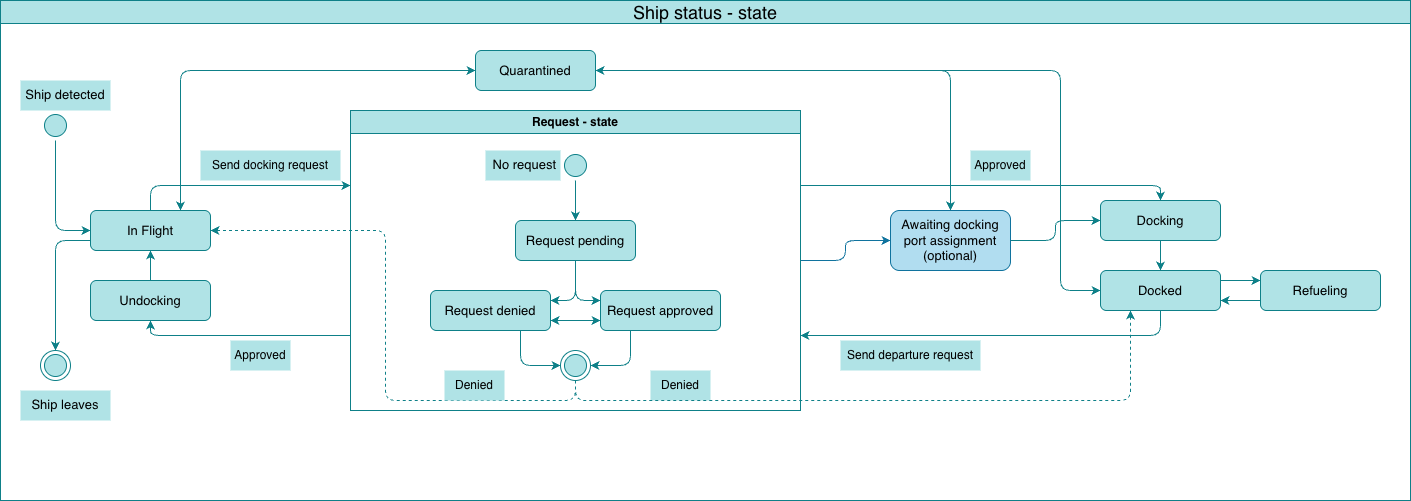
Earlier version of the draw.io export Spacedock_state.drawio.png (Casual159/SpaceDock-home-assignment). Source tidied: cells renumbered, new cells last; positions are measured from the earlier drawing's top-left corner, leaving out a move shared by most shapes.
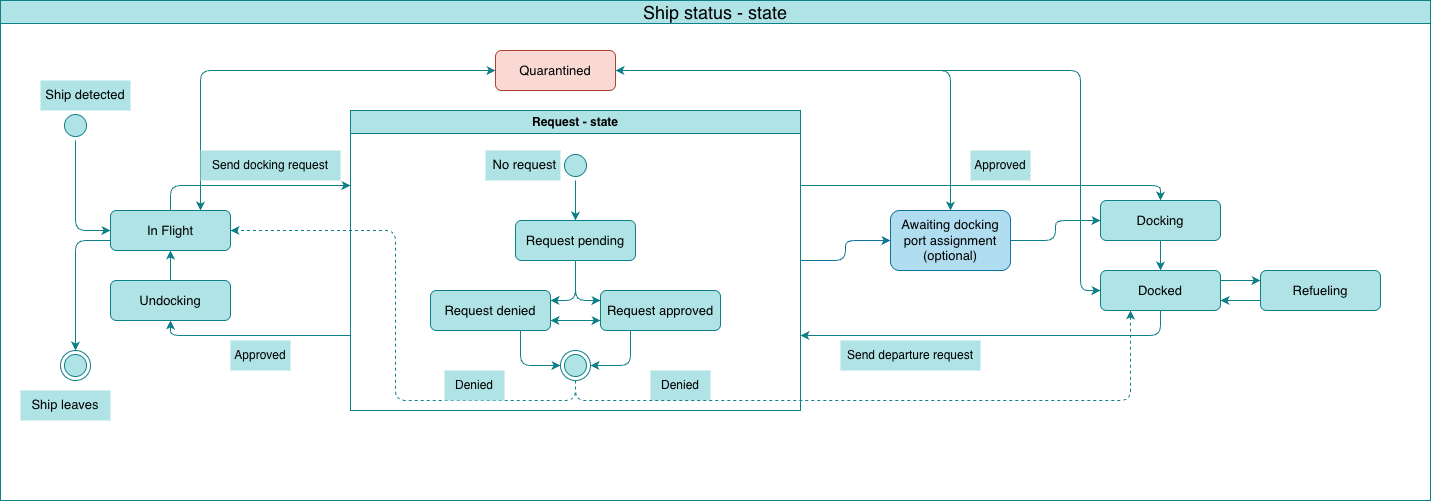
After the change.

Change to the diagram source:
```diff
@@ -24,7 +24,7 @@
     <mxCell id="7" value="Undocking" style="rounded=1;whiteSpace=wrap;html=1;fontSize=13;fillColor=#b0e3e6;strokeColor=#0e8088;" parent="1" vertex="1">
       <mxGeometry x="90" y="280" width="120" height="40" as="geometry" />
     </mxCell>
-    <mxCell id="8" value="Quarantined" style="rounded=1;whiteSpace=wrap;html=1;fontSize=13;fillColor=#b0e3e6;strokeColor=#0e8088;" parent="1" vertex="1">
+    <mxCell id="8" value="Quarantined" style="rounded=1;whiteSpace=wrap;html=1;fontSize=13;fillColor=#fad9d5;strokeColor=#ae4132;" parent="1" vertex="1">
       <mxGeometry x="475" y="50" width="120" height="40" as="geometry" />
     </mxCell>
     <mxCell id="9" style="ellipse;html=1;shape=endState;fillColor=#b0e3e6;strokeColor=#0e8088;fontSize=13;" parent="1" vertex="1">
@@ -50,7 +50,7 @@
       <mxGeometry x="20" y="80" width="90" height="30" as="geometry" />
     </mxCell>
     <mxCell id="15" value="&lt;span style=&quot;font-size: 18px; font-weight: 400;&quot;&gt;Ship status - state&lt;/span&gt;" style="swimlane;whiteSpace=wrap;html=1;fillColor=#b0e3e6;strokeColor=#0e8088;" parent="1" vertex="1">
-      <mxGeometry width="1410" height="500" as="geometry" />
+      <mxGeometry x="-20" width="1430" height="500" as="geometry" />
     </mxCell>
     <mxCell id="16" value="Approved" style="text;html=1;whiteSpace=wrap;strokeColor=none;fillColor=#b0e3e6;align=center;verticalAlign=middle;rounded=0;" parent="15" vertex="1">
       <mxGeometry x="970" y="150" width="60" height="30" as="geometry" />
```
